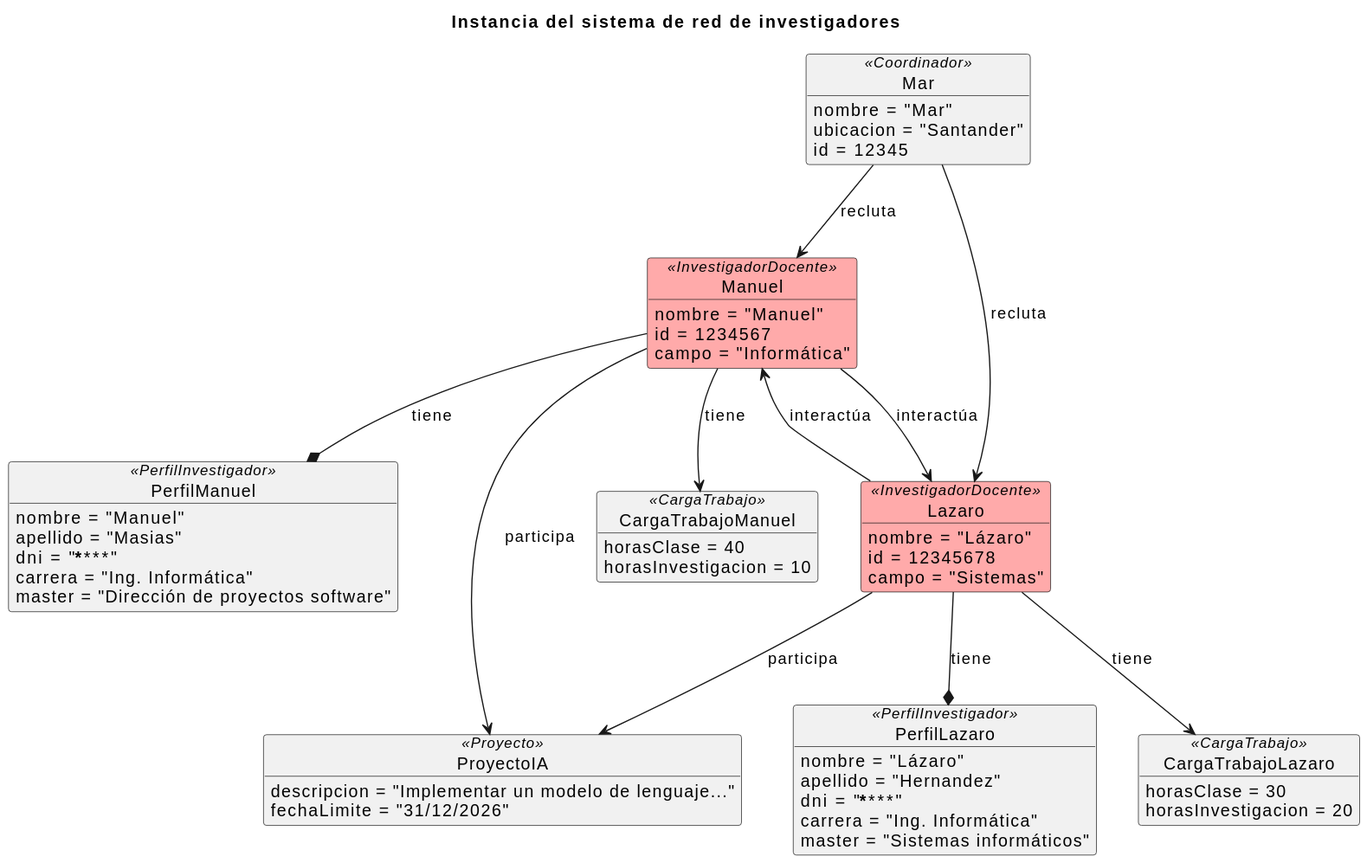
Above: documentación/ModeloDelDominio/Imagenes/Objetos/ObjetosInvestigador.svg in 31Diego/25-26-IdSw1-SdR (PlantUML), before the change.
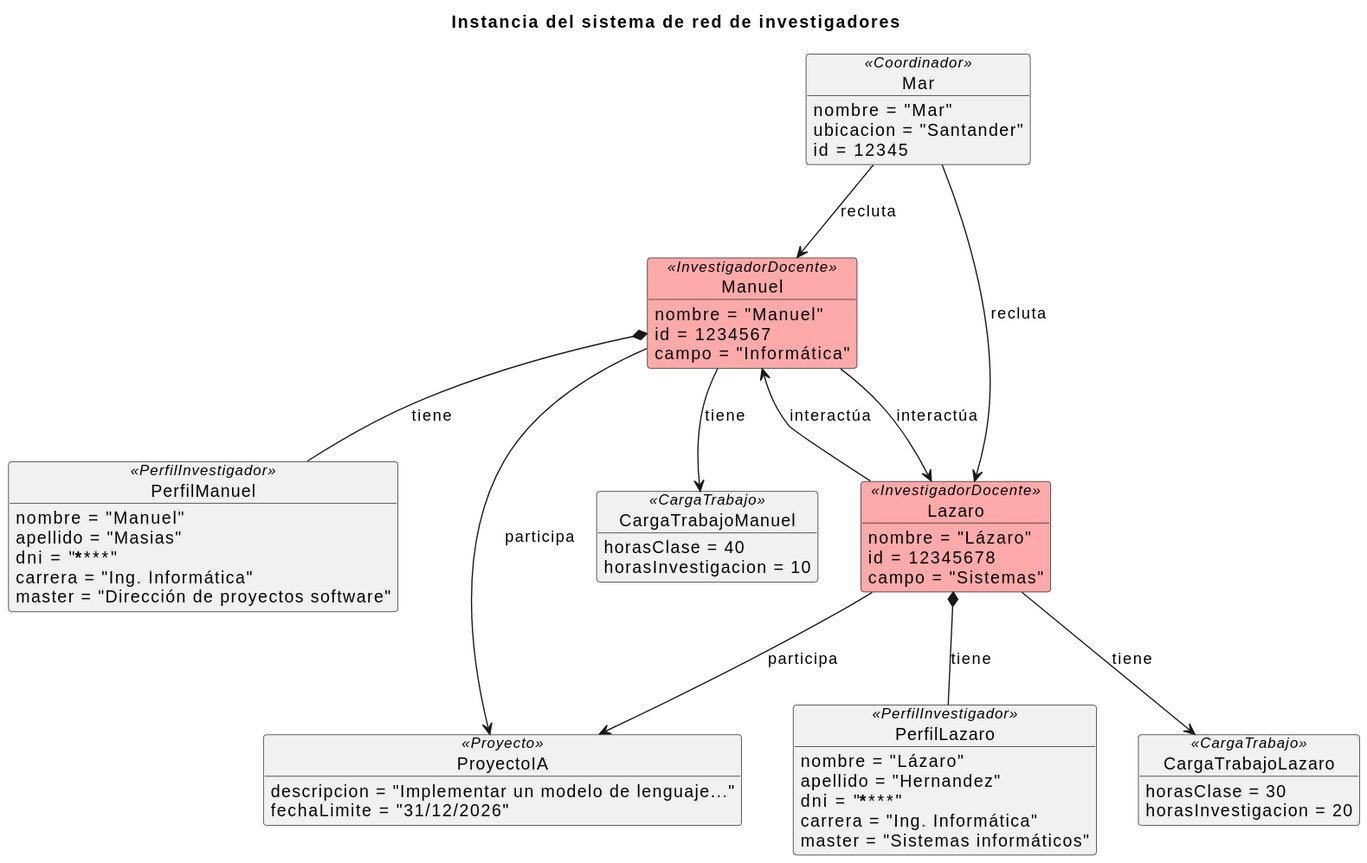
The same file after the commit.

Commit message:
corrección en diagrama

The edit, as a diff of the source:
```diff
@@ -51,6 +51,8 @@
 }
 
 
+
+
 Mar --> Manuel : recluta
 Mar --> Lazaro : recluta
 
@@ -60,8 +62,8 @@
 Manuel --> ProyectoIA : participa
 Lazaro --> ProyectoIA : participa
 
-Manuel --* PerfilManuel : tiene
-Lazaro --* PerfilLazaro : tiene
+Manuel *-- PerfilManuel : tiene
+Lazaro *-- PerfilLazaro : tiene
 
 Manuel --> CargaTrabajoManuel : tiene
 Lazaro --> CargaTrabajoLazaro : tiene
```
